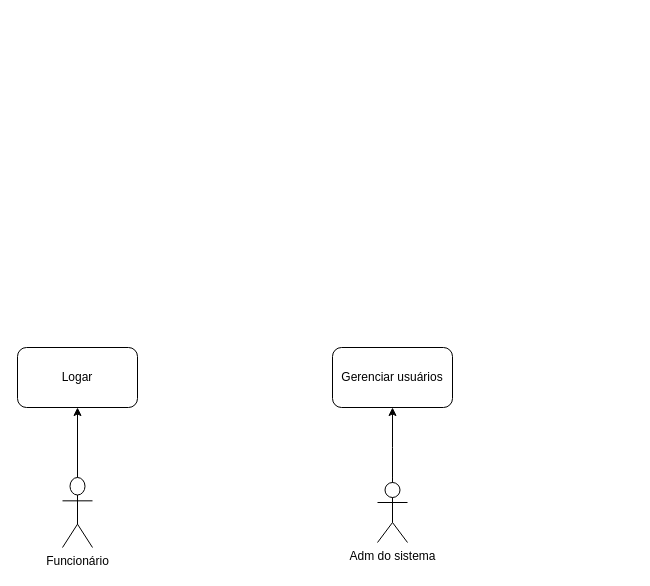
Earlier version of the draw.io diagram Untitled Diagram.drawio (arthurthorp/cefetflix). Source tidied: cells renumbered, new cells numbered last; positions are measured from the earlier drawing's top-left corner, leaving out a move shared by most shapes. Both pictures are drawn from the tidied source at 100%, with x=0, y=0 at pixel (17, 347).
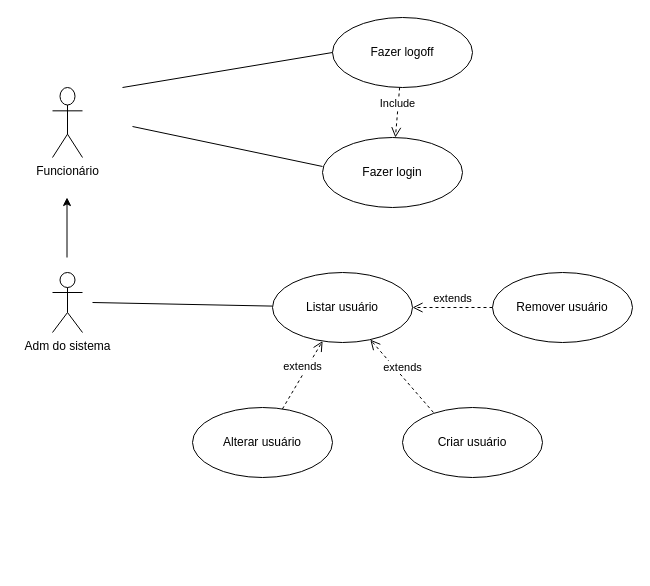
After the change.

Diff of the diagram source:
```diff
@@
     <mxCell id="2" value="Funcionário&lt;br&gt;" style="shape=umlActor;verticalLabelPosition=bottom;verticalAlign=top;html=1;outlineConnect=0;" parent="1" vertex="1">
-      <mxGeometry x="45" y="130" width="30" height="70" as="geometry" />
+      <mxGeometry x="35" y="-260" width="30" height="70" as="geometry" />
     </mxCell>
     <mxCell id="3" value="Adm do sistema" style="shape=umlActor;verticalLabelPosition=bottom;verticalAlign=top;html=1;" parent="1" vertex="1">
-      <mxGeometry x="360" y="135" width="30" height="60" as="geometry" />
+      <mxGeometry x="35" y="-75" width="30" height="60" as="geometry" />
     </mxCell>
-    <mxCell id="4" value="Gerenciar usuários" style="rounded=1;whiteSpace=wrap;html=1;" parent="1" vertex="1">
-      <mxGeometry x="315" width="120" height="60" as="geometry" />
-    </mxCell>
-    <mxCell id="5" style="endArrow=classic;html=1;entryX=0.5;entryY=1;entryDx=0;entryDy=0;" parent="1" edge="1" target="4">
-      <mxGeometry relative="1" as="geometry">
-        <mxPoint x="375" y="110" as="sourcePoint" />
-        <Array as="points">
-          <mxPoint x="375" y="140" />
-          <mxPoint x="375" y="110" />
-        </Array>
-      </mxGeometry>
-    </mxCell>
-    <mxCell id="6" value="Logar" style="rounded=1;whiteSpace=wrap;html=1;" parent="1" vertex="1">
-      <mxGeometry width="120" height="60" as="geometry" />
-    </mxCell>
-    <mxCell id="7" style="endArrow=classic;html=1;entryX=0.5;entryY=1;entryDx=0;entryDy=0;exitX=0.5;exitY=0;exitDx=0;exitDy=0;exitPerimeter=0;" parent="1" edge="1" source="2" target="6">
-      <mxGeometry relative="1" as="geometry" />
-    </mxCell>
+    <mxCell id="8" value="Fazer login" style="ellipse;whiteSpace=wrap;html=1;" parent="1" vertex="1">
+      <mxGeometry x="305" y="-210" width="140" height="70" as="geometry" />
+    </mxCell>
+    <mxCell id="9" style="endArrow=none;html=1;entryX=0;entryY=0.414;entryDx=0;entryDy=0;entryPerimeter=0;" parent="1" edge="1" target="8">
+      <mxGeometry relative="1" as="geometry">
+        <mxPoint x="115" y="-221" as="sourcePoint" />
+      </mxGeometry>
+    </mxCell>
+    <mxCell id="10" style="endArrow=none;html=1;" parent="1" edge="1" target="16">
+      <mxGeometry relative="1" as="geometry">
+        <mxPoint x="75" y="-45" as="sourcePoint" />
+      </mxGeometry>
+    </mxCell>
+    <mxCell id="11" style="endArrow=classic;html=1;" parent="1" edge="1">
+      <mxGeometry relative="1" as="geometry">
+        <mxPoint x="49.5" y="-90" as="sourcePoint" />
+        <mxPoint x="49.5" y="-150" as="targetPoint" />
+      </mxGeometry>
+    </mxCell>
+    <mxCell id="12" value="Fazer logoff" style="ellipse;whiteSpace=wrap;html=1;" parent="1" vertex="1">
+      <mxGeometry x="315" y="-330" width="140" height="70" as="geometry" />
+    </mxCell>
+    <mxCell id="13" style="endArrow=none;html=1;entryX=0;entryY=0.5;entryDx=0;entryDy=0;" parent="1" edge="1" target="12">
+      <mxGeometry relative="1" as="geometry">
+        <mxPoint x="105" y="-260" as="sourcePoint" />
+      </mxGeometry>
+    </mxCell>
+    <mxCell id="14" value="Include" style="html=1;verticalAlign=bottom;endArrow=open;dashed=1;endSize=8;" parent="1" edge="1" source="12" target="8">
+      <mxGeometry relative="1" as="geometry" />
+    </mxCell>
+    <mxCell id="15" value="Criar usuário" style="ellipse;whiteSpace=wrap;html=1;" parent="1" vertex="1">
+      <mxGeometry x="385" y="60" width="140" height="70" as="geometry" />
+    </mxCell>
+    <mxCell id="16" value="Listar usuário" style="ellipse;whiteSpace=wrap;html=1;" parent="1" vertex="1">
+      <mxGeometry x="255" y="-75" width="140" height="70" as="geometry" />
+    </mxCell>
+    <mxCell id="17" value="Alterar usuário" style="ellipse;whiteSpace=wrap;html=1;" parent="1" vertex="1">
+      <mxGeometry x="175" y="60" width="140" height="70" as="geometry" />
+    </mxCell>
+    <mxCell id="18" value="Remover usuário" style="ellipse;whiteSpace=wrap;html=1;" parent="1" vertex="1">
+      <mxGeometry x="475" y="-75" width="140" height="70" as="geometry" />
+    </mxCell>
+    <mxCell id="19" value="extends" style="html=1;verticalAlign=bottom;endArrow=open;dashed=1;endSize=8;exitX=0.221;exitY=0.071;exitDx=0;exitDy=0;exitPerimeter=0;" parent="1" edge="1" source="15" target="16">
+      <mxGeometry relative="1" as="geometry" />
+    </mxCell>
+    <mxCell id="20" value="extends" style="html=1;verticalAlign=bottom;endArrow=open;dashed=1;endSize=8;exitX=0;exitY=0.5;exitDx=0;exitDy=0;" parent="1" edge="1" source="18" target="16">
+      <mxGeometry relative="1" as="geometry" />
+    </mxCell>
+    <mxCell id="21" value="extends" style="html=1;verticalAlign=bottom;endArrow=open;dashed=1;endSize=8;" parent="1" edge="1" source="17" target="16">
+      <mxGeometry relative="1" as="geometry" />
+    </mxCell>
```
